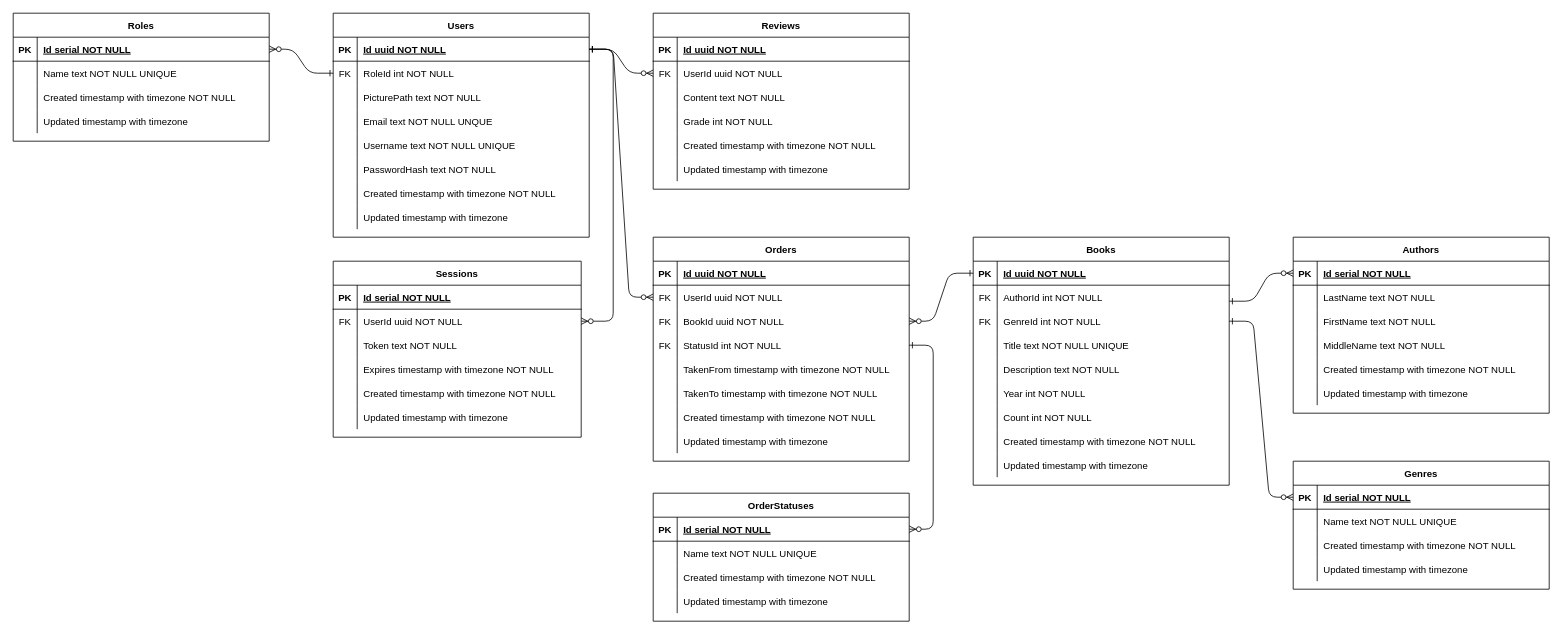
Before: DB/Diagrams/ДиаграммаБД.drawio in DotNetAbuser/BookLibraryService, a draw.io diagram. Source tidied: cells renumbered, new cells numbered last; positions are measured from the earlier drawing's top-left corner, leaving out a move shared by most shapes. Both pictures are drawn from the tidied source at 80%, with x=0, y=0 at pixel (13, 13).
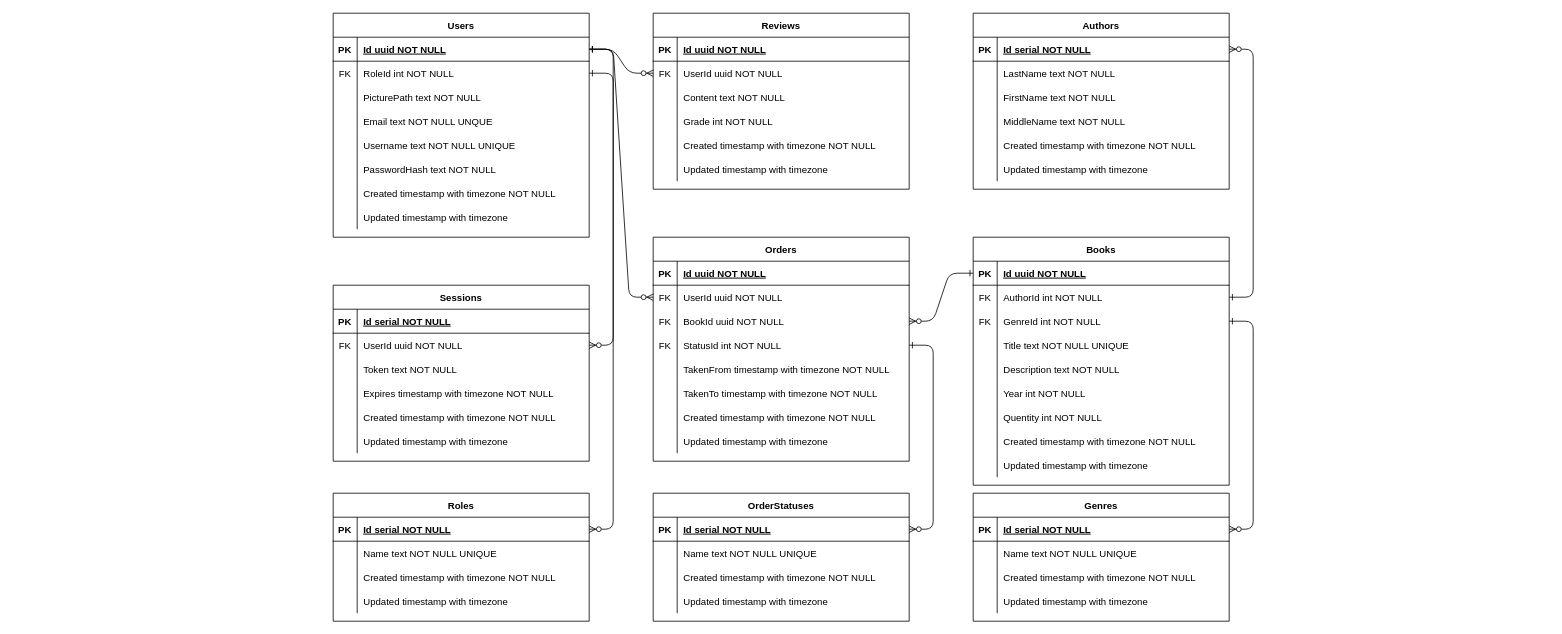
After the change.

The change refers to these unchanged cells:
```xml
<mxCell id="8" style="shape=partialRectangle;fillColor=none;points=[[0,0.5],[1,0.5]];portConstraint=eastwest;top=0;left=0;right=0;bottom=0;" parent="4" vertex="1">
  <mxGeometry y="60" width="320" height="30" as="geometry" />
</mxCell>
<mxCell id="49" style="shape=partialRectangle;fillColor=none;points=[[0,0.5],[1,0.5]];portConstraint=eastwest;top=0;left=0;right=0;bottom=1;" parent="48" vertex="1">
  <mxGeometry y="30" width="320" height="30" as="geometry" />
</mxCell>
<mxCell id="111" style="shape=partialRectangle;fillColor=none;points=[[0,0.5],[1,0.5]];portConstraint=eastwest;top=0;left=0;right=0;bottom=0;" parent="107" vertex="1">
  <mxGeometry y="60" width="320" height="30" as="geometry" />
</mxCell>
<mxCell id="114" style="shape=partialRectangle;fillColor=none;points=[[0,0.5],[1,0.5]];portConstraint=eastwest;top=0;left=0;right=0;bottom=0;" parent="107" vertex="1">
  <mxGeometry y="90" width="320" height="30" as="geometry" />
</mxCell>
<mxCell id="126" style="shape=partialRectangle;fillColor=none;top=0;left=0;right=0;bottom=0;" parent="107" vertex="1">
  <mxGeometry y="210" width="320" height="30" as="geometry" />
</mxCell>
<mxCell id="136" style="shape=partialRectangle;fillColor=none;points=[[0,0.5],[1,0.5]];portConstraint=eastwest;top=0;left=0;right=0;bottom=1;" parent="135" vertex="1">
  <mxGeometry y="30" width="320" height="30" as="geometry" />
</mxCell>
<mxCell id="155" style="shape=partialRectangle;fillColor=none;points=[[0,0.5],[1,0.5]];portConstraint=eastwest;top=0;left=0;right=0;bottom=1;" parent="154" vertex="1">
  <mxGeometry y="30" width="320" height="30" as="geometry" />
</mxCell>
```

The edit, as a diff of the source:
```diff
@@
-    <mxCell id="2" style="edgeStyle=entityRelationEdgeStyle;endArrow=ERzeroToMany;startArrow=ERone;endFill=1;startFill=0;entryX=1;entryY=0.5;entryDx=0;entryDy=0;exitX=0;exitY=0.5;exitDx=0;exitDy=0;" parent="1" edge="1" source="8" target="49">
-      <mxGeometry relative="1" as="geometry" />
+    <mxCell id="2" style="edgeStyle=entityRelationEdgeStyle;endArrow=ERzeroToMany;startArrow=ERone;endFill=1;startFill=0;exitX=1;exitY=0.5;exitDx=0;exitDy=0;entryX=1;entryY=0.5;entryDx=0;entryDy=0;" parent="1" edge="1" source="8" target="49">
+      <mxGeometry relative="1" as="geometry">
+        <Array as="points">
+          <mxPoint x="140" y="205" />
+          <mxPoint x="160" y="200" />
+          <mxPoint x="330" y="420" />
+        </Array>
+      </mxGeometry>
     </mxCell>
@@
     <mxCell id="29" value="Sessions" style="shape=table;startSize=30;childLayout=tableLayout;rowLines=0;fontStyle=1;align=center;" parent="1" vertex="1">
-      <mxGeometry x="400" y="310" width="310" height="220" as="geometry" />
+      <mxGeometry x="400" y="340" width="320" height="220" as="geometry" />
     </mxCell>
     <mxCell id="30" style="shape=partialRectangle;fillColor=none;top=0;left=0;right=0;bottom=1;" parent="29" vertex="1">
-      <mxGeometry y="30" width="310" height="30" as="geometry" />
+      <mxGeometry y="30" width="320" height="30" as="geometry" />
     </mxCell>
@@
     <mxCell id="32" value="Id serial NOT NULL " style="shape=partialRectangle;overflow=hidden;fillColor=none;top=0;left=0;bottom=0;right=0;align=left;spacingLeft=6;fontStyle=5;" parent="30" vertex="1">
-      <mxGeometry x="30" width="280" height="30" as="geometry" />
+      <mxGeometry x="30" width="290" height="30" as="geometry" />
     </mxCell>
     <mxCell id="33" style="shape=partialRectangle;fillColor=none;points=[[0,0.5],[1,0.5]];portConstraint=eastwest;top=0;left=0;right=0;bottom=0;" parent="29" vertex="1">
-      <mxGeometry y="60" width="310" height="30" as="geometry" />
+      <mxGeometry y="60" width="320" height="30" as="geometry" />
     </mxCell>
@@
     <mxCell id="35" value="UserId uuid NOT NULL" style="shape=partialRectangle;overflow=hidden;fillColor=none;top=0;left=0;bottom=0;right=0;align=left;spacingLeft=6;" parent="33" vertex="1">
-      <mxGeometry x="30" width="280" height="30" as="geometry" />
+      <mxGeometry x="30" width="290" height="30" as="geometry" />
     </mxCell>
     <mxCell id="36" style="shape=partialRectangle;fillColor=none;top=0;left=0;right=0;bottom=0;" parent="29" vertex="1">
-      <mxGeometry y="90" width="310" height="30" as="geometry" />
+      <mxGeometry y="90" width="320" height="30" as="geometry" />
     </mxCell>
@@
     <mxCell id="38" value="Token text NOT NULL " style="shape=partialRectangle;overflow=hidden;fillColor=none;top=0;left=0;bottom=0;right=0;align=left;spacingLeft=6;" parent="36" vertex="1">
-      <mxGeometry x="30" width="280" height="30" as="geometry" />
+      <mxGeometry x="30" width="290" height="30" as="geometry" />
     </mxCell>
     <mxCell id="39" style="shape=partialRectangle;fillColor=none;top=0;left=0;right=0;bottom=0;" parent="29" vertex="1">
-      <mxGeometry y="120" width="310" height="30" as="geometry" />
+      <mxGeometry y="120" width="320" height="30" as="geometry" />
     </mxCell>
@@
     <mxCell id="41" value="Expires timestamp with timezone NOT NULL" style="shape=partialRectangle;overflow=hidden;fillColor=none;top=0;left=0;bottom=0;right=0;align=left;spacingLeft=6;" parent="39" vertex="1">
-      <mxGeometry x="30" width="280" height="30" as="geometry" />
+      <mxGeometry x="30" width="290" height="30" as="geometry" />
     </mxCell>
     <mxCell id="42" style="shape=partialRectangle;fillColor=none;top=0;left=0;right=0;bottom=0;" parent="29" vertex="1">
-      <mxGeometry y="150" width="310" height="30" as="geometry" />
+      <mxGeometry y="150" width="320" height="30" as="geometry" />
     </mxCell>
@@
     <mxCell id="44" value="Created timestamp with timezone NOT NULL" style="shape=partialRectangle;overflow=hidden;fillColor=none;top=0;left=0;bottom=0;right=0;align=left;spacingLeft=6;" parent="42" vertex="1">
-      <mxGeometry x="30" width="280" height="30" as="geometry" />
+      <mxGeometry x="30" width="290" height="30" as="geometry" />
     </mxCell>
     <mxCell id="45" style="shape=partialRectangle;fillColor=none;top=0;left=0;right=0;bottom=0;" parent="29" vertex="1">
-      <mxGeometry y="180" width="310" height="30" as="geometry" />
+      <mxGeometry y="180" width="320" height="30" as="geometry" />
     </mxCell>
@@
     <mxCell id="47" value="Updated timestamp with timezone" style="shape=partialRectangle;overflow=hidden;fillColor=none;top=0;left=0;bottom=0;right=0;align=left;spacingLeft=6;" parent="45" vertex="1">
-      <mxGeometry x="30" width="280" height="30" as="geometry" />
+      <mxGeometry x="30" width="290" height="30" as="geometry" />
     </mxCell>
     <mxCell id="48" value="Roles" style="shape=table;startSize=30;childLayout=tableLayout;rowLines=0;fontStyle=1;align=center;" parent="1" vertex="1">
-      <mxGeometry width="320" height="160" as="geometry" />
+      <mxGeometry x="400" y="600" width="320" height="160" as="geometry" />
     </mxCell>
@@
-    <mxCell id="128" value="Count int NOT NULL" style="shape=partialRectangle;overflow=hidden;fillColor=none;top=0;left=0;bottom=0;right=0;align=left;spacingLeft=6;" parent="126" vertex="1">
+    <mxCell id="128" value="Quentity int NOT NULL" style="shape=partialRectangle;overflow=hidden;fillColor=none;top=0;left=0;bottom=0;right=0;align=left;spacingLeft=6;" parent="126" vertex="1">
       <mxGeometry x="30" width="290" height="30" as="geometry" />
     </mxCell>
@@
     <mxCell id="135" value="Authors" style="shape=table;startSize=30;childLayout=tableLayout;rowLines=0;fontStyle=1;align=center;" parent="1" vertex="1">
-      <mxGeometry x="1600" y="280" width="320" height="220" as="geometry" />
+      <mxGeometry x="1200" width="320" height="220" as="geometry" />
     </mxCell>
@@
     <mxCell id="154" value="Genres" style="shape=table;startSize=30;childLayout=tableLayout;rowLines=0;fontStyle=1;align=center;" parent="1" vertex="1">
-      <mxGeometry x="1600" y="560" width="320" height="160" as="geometry" />
+      <mxGeometry x="1200" y="600" width="320" height="160" as="geometry" />
     </mxCell>
@@
-    <mxCell id="168" style="edgeStyle=entityRelationEdgeStyle;endArrow=ERzeroToMany;startArrow=ERone;endFill=1;startFill=0;exitX=1;exitY=0.5;exitDx=0;exitDy=0;entryX=0;entryY=0.5;entryDx=0;entryDy=0;" parent="1" edge="1" target="136">
-      <mxGeometry relative="1" as="geometry">
-        <mxPoint x="1520" y="360" as="sourcePoint" />
-      </mxGeometry>
+    <mxCell id="168" style="edgeStyle=entityRelationEdgeStyle;endArrow=ERzeroToMany;startArrow=ERone;endFill=1;startFill=0;entryX=1;entryY=0.5;entryDx=0;entryDy=0;exitX=1;exitY=0.5;exitDx=0;exitDy=0;" parent="1" edge="1" source="111" target="136">
+      <mxGeometry relative="1" as="geometry" />
     </mxCell>
-    <mxCell id="169" style="edgeStyle=entityRelationEdgeStyle;endArrow=ERzeroToMany;startArrow=ERone;endFill=1;startFill=0;exitX=1;exitY=0.5;exitDx=0;exitDy=0;entryX=0;entryY=0.5;entryDx=0;entryDy=0;" parent="1" edge="1" source="114" target="155">
+    <mxCell id="169" style="edgeStyle=entityRelationEdgeStyle;endArrow=ERzeroToMany;startArrow=ERone;endFill=1;startFill=0;exitX=1;exitY=0.5;exitDx=0;exitDy=0;entryX=1;entryY=0.5;entryDx=0;entryDy=0;" parent="1" edge="1" source="114" target="155">
       <mxGeometry relative="1" as="geometry" />
     </mxCell>
```
